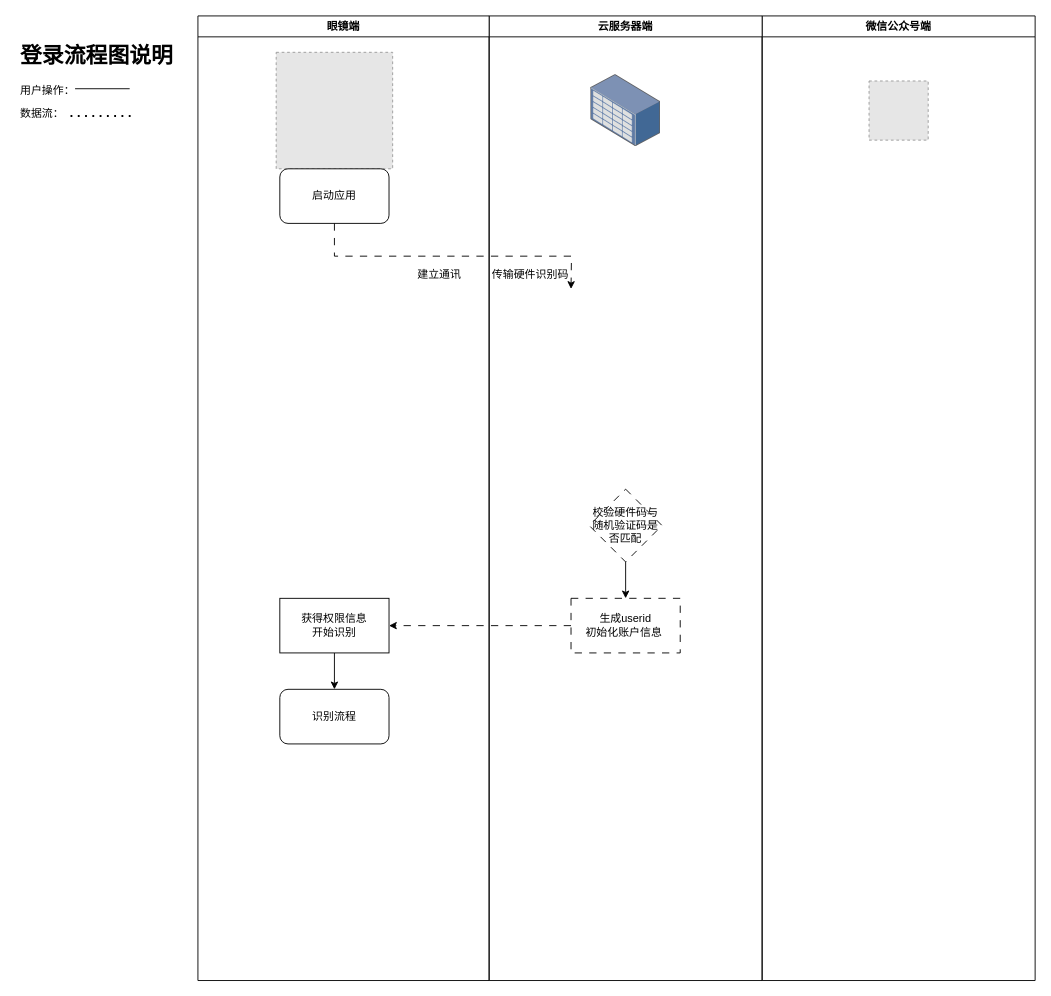
The draw.io diagram page "登录" (4 of 6) of 未命名绘图.drawio in graypuppy/dip, before the edit. Source tidied: cells renumbered, new cells numbered last; positions are measured from the earlier drawing's top-left corner, leaving out a move shared by most shapes. Both pictures are drawn from the tidied source at 91%, with x=0, y=0 at pixel (15, 15). Pictures stored in the file or linked from it are replaced by grey dashed boxes.
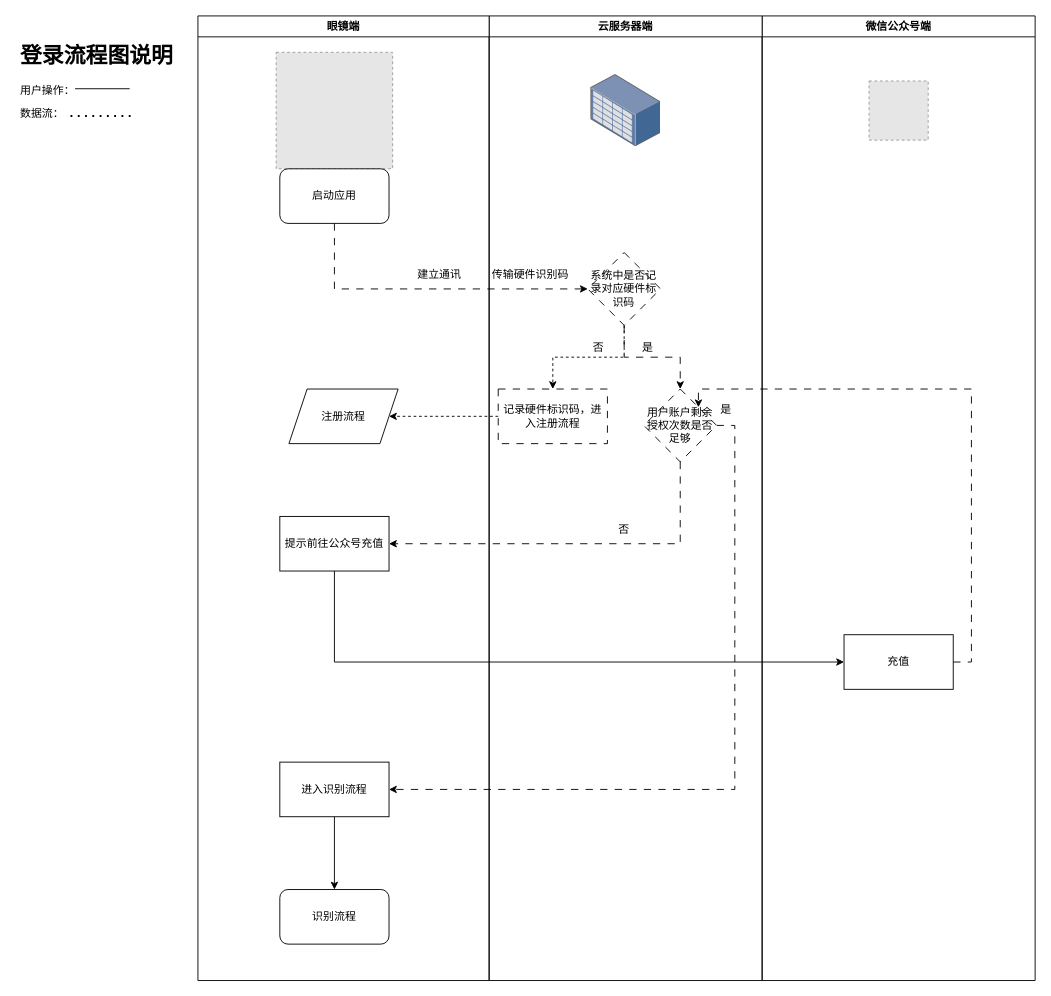
Above is the later version.

Commit message:
更新未命名绘图.drawio

Unchanged cells that the change refers to:
```xml
<mxCell id="2" value="微信公众号端" style="swimlane;whiteSpace=wrap;html=1;" parent="1" vertex="1">
  <mxGeometry x="820" width="300" height="1060" as="geometry" />
</mxCell>
<mxCell id="4" value="云服务器端" style="swimlane;whiteSpace=wrap;html=1;" parent="1" vertex="1">
  <mxGeometry x="520" width="300" height="1060" as="geometry" />
</mxCell>
<mxCell id="10" value="眼镜端" style="swimlane;whiteSpace=wrap;html=1;" parent="1" vertex="1">
  <mxGeometry x="200" width="320" height="1060" as="geometry" />
</mxCell>
<mxCell id="12" value="启动应用" style="rounded=1;whiteSpace=wrap;html=1;" parent="10" vertex="1">
  <mxGeometry x="90" y="168" width="120" height="60" as="geometry" />
</mxCell>
```

What changed in the source:
```diff
@@
+    <mxCell id="22" value="充值" style="rounded=0;whiteSpace=wrap;html=1;" parent="2" vertex="1">
+      <mxGeometry x="90" y="680" width="120" height="60" as="geometry" />
+    </mxCell>
@@
-    <mxCell id="7" style="edgeStyle=orthogonalEdgeStyle;rounded=0;jettySize=auto;html=1;exitX=0.5;exitY=1;exitDx=0;exitDy=0;" parent="4" edge="1" source="8" target="9">
+    <mxCell id="7" style="edgeStyle=orthogonalEdgeStyle;rounded=0;jettySize=auto;html=1;exitX=0.5;exitY=1;exitDx=0;exitDy=0;dashed=1;" parent="4" edge="1" source="8" target="9">
       <mxGeometry relative="1" as="geometry" />
     </mxCell>
+    <mxCell id="23" style="edgeStyle=orthogonalEdgeStyle;rounded=0;jettySize=auto;html=1;exitX=0.5;exitY=1;exitDx=0;exitDy=0;entryX=0.5;entryY=0;entryDx=0;entryDy=0;dashed=1;dashPattern=8 8;" parent="4" edge="1" source="8" target="25">
+      <mxGeometry relative="1" as="geometry" />
+    </mxCell>
-    <mxCell id="8" value="校验硬件码与随机验证码是否匹配" style="rhombus;whiteSpace=wrap;html=1;dashed=1;dashPattern=8 8;" parent="4" vertex="1">
-      <mxGeometry x="110" y="520" width="80" height="80" as="geometry" />
+    <mxCell id="8" value="系统中是否记录对应硬件标识码" style="rhombus;whiteSpace=wrap;html=1;dashed=1;dashPattern=8 8;" parent="4" vertex="1">
+      <mxGeometry x="108.4" y="260" width="80" height="80" as="geometry" />
     </mxCell>
-    <mxCell id="9" value="生成userid&lt;br&gt;初始化账户信息&amp;nbsp;" style="rounded=0;whiteSpace=wrap;html=1;dashed=1;dashPattern=8 8;" parent="4" vertex="1">
-      <mxGeometry x="90" y="640" width="120" height="60" as="geometry" />
+    <mxCell id="9" value="记录硬件标识码，进入注册流程" style="rounded=0;whiteSpace=wrap;html=1;dashed=1;dashPattern=8 8;" parent="4" vertex="1">
+      <mxGeometry x="10" y="410" width="120" height="60" as="geometry" />
     </mxCell>
+    <mxCell id="24" value="否" style="text;html=1;align=center;verticalAlign=middle;strokeColor=none;fillColor=none;" parent="4" vertex="1">
+      <mxGeometry x="100" y="350" width="40" height="30" as="geometry" />
+    </mxCell>
+    <mxCell id="25" value="用户账户剩余授权次数是否足够" style="rhombus;whiteSpace=wrap;html=1;dashed=1;dashPattern=8 8;" parent="4" vertex="1">
+      <mxGeometry x="170" y="410" width="80" height="80" as="geometry" />
+    </mxCell>
+    <mxCell id="26" value="是" style="text;html=1;align=center;verticalAlign=middle;strokeColor=none;fillColor=none;" parent="4" vertex="1">
+      <mxGeometry x="154" y="350" width="40" height="30" as="geometry" />
+    </mxCell>
+    <mxCell id="27" value="否" style="text;html=1;align=center;verticalAlign=middle;strokeColor=none;fillColor=none;" parent="4" vertex="1">
+      <mxGeometry x="128.4" y="550" width="40" height="30" as="geometry" />
+    </mxCell>
@@
-    <mxCell id="15" value="获得权限信息&lt;br&gt;开始识别" style="rounded=0;whiteSpace=wrap;html=1;" parent="10" vertex="1">
-      <mxGeometry x="90" y="640" width="120" height="60" as="geometry" />
+    <mxCell id="15" value="进入识别流程" style="rounded=0;whiteSpace=wrap;html=1;" parent="10" vertex="1">
+      <mxGeometry x="90" y="820" width="120" height="60" as="geometry" />
     </mxCell>
     <mxCell id="16" value="识别流程" style="rounded=1;whiteSpace=wrap;html=1;" parent="10" vertex="1">
-      <mxGeometry x="90" y="740" width="120" height="60" as="geometry" />
+      <mxGeometry x="90" y="960" width="120" height="60" as="geometry" />
     </mxCell>
+    <mxCell id="28" value="注册流程" style="shape=parallelogram;perimeter=parallelogramPerimeter;whiteSpace=wrap;html=1;fixedSize=1;" parent="10" vertex="1">
+      <mxGeometry x="100" y="410" width="120" height="60" as="geometry" />
+    </mxCell>
+    <mxCell id="29" value="提示前往公众号充值" style="rounded=0;whiteSpace=wrap;html=1;" parent="10" vertex="1">
+      <mxGeometry x="90" y="550" width="120" height="60" as="geometry" />
+    </mxCell>
@@
-    <mxCell id="20" style="edgeStyle=orthogonalEdgeStyle;rounded=0;jettySize=auto;html=1;exitX=0.5;exitY=1;exitDx=0;exitDy=0;entryX=0;entryY=0.5;entryDx=0;entryDy=0;dashed=1;dashPattern=8 8;" parent="1" edge="1" source="12">
+    <mxCell id="20" style="edgeStyle=orthogonalEdgeStyle;rounded=0;jettySize=auto;html=1;exitX=0.5;exitY=1;exitDx=0;exitDy=0;entryX=0;entryY=0.5;entryDx=0;entryDy=0;dashed=1;dashPattern=8 8;" parent="1" edge="1" source="12" target="8">
       <mxGeometry relative="1" as="geometry">
-        <mxPoint x="610" y="300" as="targetPoint" />
+        <Array as="points">
+          <mxPoint x="350" y="300" />
+          <mxPoint x="628" y="300" />
+        </Array>
       </mxGeometry>
     </mxCell>
-    <mxCell id="21" style="edgeStyle=orthogonalEdgeStyle;rounded=0;jettySize=auto;html=1;exitX=0;exitY=0.5;exitDx=0;exitDy=0;entryX=1;entryY=0.5;entryDx=0;entryDy=0;dashed=1;dashPattern=8 8;" parent="1" edge="1" source="9" target="15">
+    <mxCell id="21" style="edgeStyle=orthogonalEdgeStyle;rounded=0;jettySize=auto;html=1;exitX=0;exitY=0.5;exitDx=0;exitDy=0;entryX=1;entryY=0.5;entryDx=0;entryDy=0;dashed=1;" parent="1" edge="1" source="9" target="28">
       <mxGeometry relative="1" as="geometry" />
     </mxCell>
+    <mxCell id="30" style="edgeStyle=orthogonalEdgeStyle;rounded=0;jettySize=auto;html=1;exitX=1;exitY=0.5;exitDx=0;exitDy=0;entryX=1;entryY=0.5;entryDx=0;entryDy=0;dashed=1;dashPattern=8 8;" parent="1" edge="1" source="25" target="15">
+      <mxGeometry relative="1" as="geometry" />
+    </mxCell>
+    <mxCell id="31" style="edgeStyle=orthogonalEdgeStyle;rounded=0;jettySize=auto;html=1;exitX=0.5;exitY=1;exitDx=0;exitDy=0;entryX=1;entryY=0.5;entryDx=0;entryDy=0;dashed=1;dashPattern=8 8;" parent="1" edge="1" source="25" target="29">
+      <mxGeometry relative="1" as="geometry" />
+    </mxCell>
+    <mxCell id="32" value="是" style="text;html=1;align=center;verticalAlign=middle;strokeColor=none;fillColor=none;" parent="1" vertex="1">
+      <mxGeometry x="760" y="418" width="40" height="30" as="geometry" />
+    </mxCell>
+    <mxCell id="33" style="edgeStyle=orthogonalEdgeStyle;rounded=0;jettySize=auto;html=1;exitX=0.5;exitY=1;exitDx=0;exitDy=0;entryX=0;entryY=0.5;entryDx=0;entryDy=0;" parent="1" edge="1" source="29" target="22">
+      <mxGeometry relative="1" as="geometry" />
+    </mxCell>
+    <mxCell id="34" style="edgeStyle=orthogonalEdgeStyle;rounded=0;jettySize=auto;html=1;exitX=1;exitY=0.5;exitDx=0;exitDy=0;entryX=1;entryY=0;entryDx=0;entryDy=0;dashed=1;dashPattern=8 8;" parent="1" edge="1" source="22" target="25">
+      <mxGeometry relative="1" as="geometry">
+        <Array as="points">
+          <mxPoint x="1050" y="710" />
+          <mxPoint x="1050" y="410" />
+          <mxPoint x="750" y="410" />
+        </Array>
+      </mxGeometry>
+    </mxCell>
```
